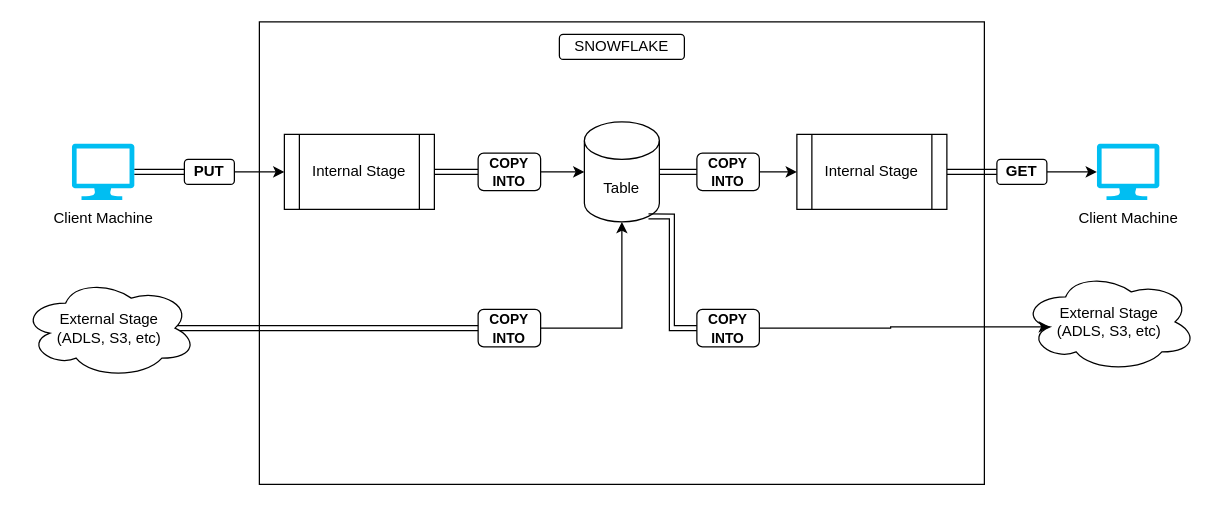
Before: Untitled Diagram.drawio in sudeepkumar10x/draw.io, a draw.io diagram. Source tidied: cells renumbered, new cells numbered last; positions are measured from the earlier drawing's top-left corner, leaving out a move shared by most shapes. Both pictures are drawn from the tidied source at 125%, with x=0, y=0 at pixel (21, 21).
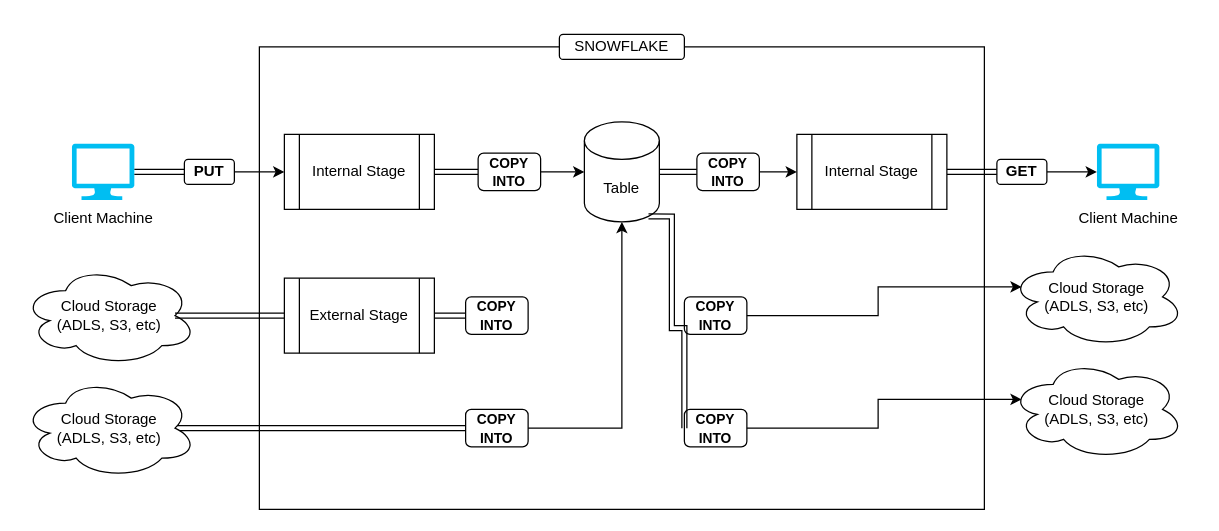
The same diagram, later.

The edit, as a diff of the source:
```diff
@@
     <mxCell id="2" style="group;" parent="1" vertex="1">
-      <mxGeometry x="190" width="580" height="370" as="geometry" />
+      <mxGeometry x="190" width="740" height="370" as="geometry" />
     </mxCell>
     <mxCell id="3" style="rounded=0;whiteSpace=wrap;html=1;" parent="2" vertex="1">
-      <mxGeometry width="580" height="370" as="geometry" />
+      <mxGeometry y="20" width="580" height="370" as="geometry" />
     </mxCell>
@@
+    <mxCell id="30" value="&lt;b&gt;&lt;font style=&quot;font-size: 11px;&quot;&gt;COPY INTO&lt;/font&gt;&lt;/b&gt;" style="rounded=1;whiteSpace=wrap;html=1;" parent="2" vertex="1">
+      <mxGeometry x="165" y="220" width="50" height="30" as="geometry" />
+    </mxCell>
+    <mxCell id="31" value="&lt;b&gt;&lt;font style=&quot;font-size: 11px;&quot;&gt;COPY INTO&lt;/font&gt;&lt;/b&gt;" style="rounded=1;whiteSpace=wrap;html=1;" parent="2" vertex="1">
+      <mxGeometry x="340" y="220" width="50" height="30" as="geometry" />
+    </mxCell>
+    <mxCell id="32" style="edgeStyle=orthogonalEdgeStyle;rounded=0;jettySize=auto;html=1;shape=link;exitX=0.875;exitY=0.5;exitDx=0;exitDy=0;exitPerimeter=0;" parent="2" edge="1" source="36" target="30">
+      <mxGeometry relative="1" as="geometry" />
+    </mxCell>
+    <mxCell id="33" value="&lt;div&gt;Cloud Storage&lt;/div&gt;&lt;div&gt;(ADLS, S3, etc)&lt;/div&gt;" style="ellipse;shape=cloud;whiteSpace=wrap;html=1;" parent="2" vertex="1">
+      <mxGeometry x="-190" y="195" width="140" height="80" as="geometry" />
+    </mxCell>
+    <mxCell id="34" value="&lt;div&gt;Cloud Storage&lt;br&gt;&lt;/div&gt;&lt;div&gt;(ADLS, S3, etc)&lt;/div&gt;" style="ellipse;shape=cloud;whiteSpace=wrap;html=1;" parent="2" vertex="1">
+      <mxGeometry x="600" y="180" width="140" height="80" as="geometry" />
+    </mxCell>
+    <mxCell id="35" style="edgeStyle=orthogonalEdgeStyle;rounded=0;jettySize=auto;html=1;entryX=0.07;entryY=0.4;entryDx=0;entryDy=0;entryPerimeter=0;" parent="2" edge="1" source="31" target="34">
+      <mxGeometry relative="1" as="geometry" />
+    </mxCell>
     <mxCell id="5" value="&lt;b&gt;&lt;font style=&quot;font-size: 11px;&quot;&gt;COPY INTO&lt;/font&gt;&lt;/b&gt;" style="rounded=1;whiteSpace=wrap;html=1;" parent="2" vertex="1">
-      <mxGeometry x="175" y="230" width="50" height="30" as="geometry" />
+      <mxGeometry x="165" y="310" width="50" height="30" as="geometry" />
     </mxCell>
     <mxCell id="6" value="&lt;b&gt;&lt;font style=&quot;font-size: 11px;&quot;&gt;COPY INTO&lt;/font&gt;&lt;/b&gt;" style="rounded=1;whiteSpace=wrap;html=1;" parent="2" vertex="1">
-      <mxGeometry x="350" y="230" width="50" height="30" as="geometry" />
+      <mxGeometry x="340" y="310" width="50" height="30" as="geometry" />
     </mxCell>
+    <mxCell id="25" style="edgeStyle=orthogonalEdgeStyle;rounded=0;jettySize=auto;html=1;shape=link;exitX=0.875;exitY=0.5;exitDx=0;exitDy=0;exitPerimeter=0;" parent="2" edge="1" source="26" target="5">
+      <mxGeometry relative="1" as="geometry" />
+    </mxCell>
+    <mxCell id="26" value="&lt;div&gt;Cloud Storage&lt;/div&gt;&lt;div&gt;(ADLS, S3, etc)&lt;/div&gt;" style="ellipse;shape=cloud;whiteSpace=wrap;html=1;" parent="2" vertex="1">
+      <mxGeometry x="-190" y="285" width="140" height="80" as="geometry" />
+    </mxCell>
+    <mxCell id="29" style="edgeStyle=orthogonalEdgeStyle;rounded=0;jettySize=auto;html=1;entryX=0.07;entryY=0.4;entryDx=0;entryDy=0;entryPerimeter=0;" parent="2" edge="1" source="6" target="27">
+      <mxGeometry relative="1" as="geometry" />
+    </mxCell>
+    <mxCell id="27" value="&lt;div&gt;Cloud Storage&lt;br&gt;&lt;/div&gt;&lt;div&gt;(ADLS, S3, etc)&lt;/div&gt;" style="ellipse;shape=cloud;whiteSpace=wrap;html=1;" parent="2" vertex="1">
+      <mxGeometry x="600" y="270" width="140" height="80" as="geometry" />
+    </mxCell>
+    <mxCell id="36" value="External Stage" style="shape=process;whiteSpace=wrap;html=1;backgroundOutline=1;" parent="2" vertex="1">
+      <mxGeometry x="20" y="205" width="120" height="60" as="geometry" />
+    </mxCell>
+    <mxCell id="37" style="edgeStyle=orthogonalEdgeStyle;rounded=0;jettySize=auto;html=1;shape=link;exitX=0.875;exitY=0.5;exitDx=0;exitDy=0;exitPerimeter=0;" parent="2" edge="1" source="33" target="36">
+      <mxGeometry relative="1" as="geometry" />
+    </mxCell>
@@
-    <mxCell id="25" style="edgeStyle=orthogonalEdgeStyle;rounded=0;jettySize=auto;html=1;shape=link;exitX=0.875;exitY=0.5;exitDx=0;exitDy=0;exitPerimeter=0;" parent="1" edge="1" source="26" target="5">
-      <mxGeometry relative="1" as="geometry" />
-    </mxCell>
-    <mxCell id="26" value="External Stage&lt;div&gt;(ADLS, S3, etc)&lt;/div&gt;" style="ellipse;shape=cloud;whiteSpace=wrap;html=1;" parent="1" vertex="1">
-      <mxGeometry y="205" width="140" height="80" as="geometry" />
-    </mxCell>
-    <mxCell id="27" value="External Stage&lt;div&gt;(ADLS, S3, etc)&lt;/div&gt;" style="ellipse;shape=cloud;whiteSpace=wrap;html=1;" parent="1" vertex="1">
-      <mxGeometry x="800" y="200" width="140" height="80" as="geometry" />
-    </mxCell>
@@
-    <mxCell id="29" style="edgeStyle=orthogonalEdgeStyle;rounded=0;jettySize=auto;html=1;entryX=0.16;entryY=0.55;entryDx=0;entryDy=0;entryPerimeter=0;" parent="1" edge="1" source="6" target="27">
-      <mxGeometry relative="1" as="geometry" />
-    </mxCell>
```
